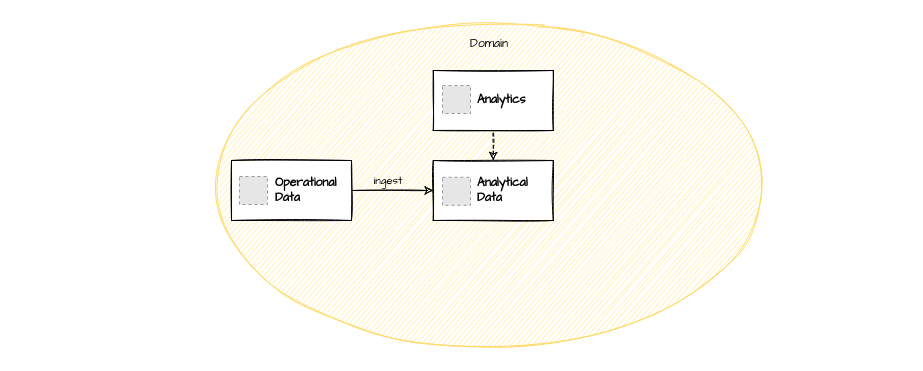
This is diagrams/domainteamjourney_level2.drawio from datamesh-architecture/datamesh-architecture.com, a draw.io file, before an edit. Source tidied: cells renumbered, new cells numbered last; positions are measured from the earlier drawing's top-left corner, leaving out a move shared by most shapes. Both pictures are drawn from the tidied source at 100%, with x=0, y=0 at pixel (17, 17). Pictures stored in the file or linked from it are replaced by grey dashed boxes.
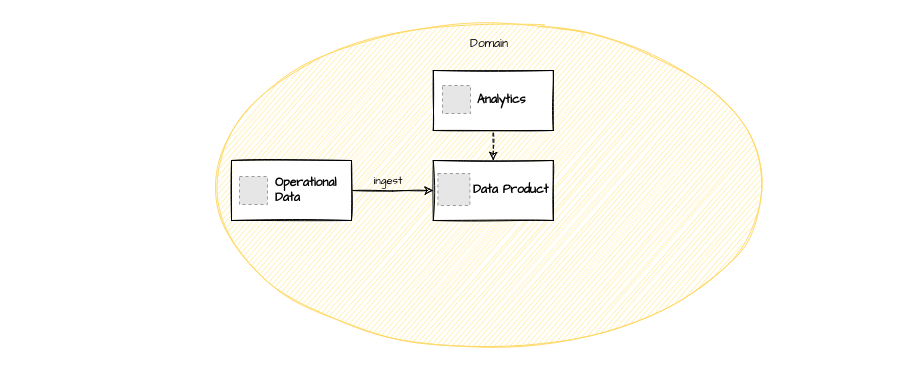
The same diagram, later.

What changed in the source:
```diff
@@
 <mxGraphModel>
   <root>
     <mxCell id="0" />
     <mxCell id="1" parent="0" />
     <mxCell id="2" style="rounded=0;whiteSpace=wrap;html=1;fillColor=none;strokeColor=none;sketch=1;fontFamily=Architects Daughter;" parent="1" vertex="1">
       <mxGeometry width="889" height="337" as="geometry" />
     </mxCell>
     <mxCell id="3" value="Domain" style="ellipse;whiteSpace=wrap;html=1;verticalAlign=top;sketch=1;fontFamily=Architects Daughter;strokeColor=#FFD966;fillColor=#FFEB99;" parent="1" vertex="1">
       <mxGeometry x="184" y="13" width="575.5" height="310" as="geometry" />
     </mxCell>
-    <mxCell id="4" style="rounded=0;jettySize=auto;html=1;exitX=0.5;exitY=0;exitDx=0;exitDy=0;startArrow=classic;startFill=1;endArrow=none;endFill=0;dashed=1;sketch=1;fontFamily=Architects Daughter;" parent="1" edge="1" source="11" target="8">
-      <mxGeometry relative="1" as="geometry" />
+    <mxCell id="4" style="rounded=0;jettySize=auto;html=1;exitX=0.5;exitY=0;exitDx=0;exitDy=0;startArrow=classic;startFill=1;endArrow=none;endFill=0;dashed=1;sketch=1;fontFamily=Architects Daughter;" parent="1" edge="1" target="8">
+      <mxGeometry relative="1" as="geometry">
+        <mxPoint x="475.8" y="143" as="sourcePoint" />
+      </mxGeometry>
     </mxCell>
-    <mxCell id="5" style="edgeStyle=orthogonalEdgeStyle;rounded=0;jettySize=auto;html=1;startArrow=classic;startFill=1;endArrow=none;endFill=0;sketch=1;fontFamily=Architects Daughter;" parent="1" edge="1" source="11" target="14">
-      <mxGeometry relative="1" as="geometry" />
+    <mxCell id="5" style="edgeStyle=orthogonalEdgeStyle;rounded=0;jettySize=auto;html=1;startArrow=classic;startFill=1;endArrow=none;endFill=0;sketch=1;fontFamily=Architects Daughter;" parent="1" edge="1" target="14">
+      <mxGeometry relative="1" as="geometry">
+        <mxPoint x="415.8" y="173" as="sourcePoint" />
+      </mxGeometry>
     </mxCell>
     <mxCell id="6" value="ingest" style="text;html=1;strokeColor=none;fillColor=none;align=center;verticalAlign=middle;whiteSpace=wrap;rounded=0;sketch=1;fontFamily=Architects Daughter;fontSize=11;" parent="1" vertex="1">
       <mxGeometry x="341" y="148" width="60" height="30" as="geometry" />
     </mxCell>
     <mxCell id="7" style="group;" parent="1" vertex="1">
       <mxGeometry x="415.8" y="53" width="120" height="60" as="geometry" />
     </mxCell>
     <mxCell id="8" value="Analytics" style="rounded=0;whiteSpace=wrap;html=1;fontStyle=1;sketch=1;fontFamily=Architects Daughter;align=left;spacingLeft=42;" parent="7" vertex="1">
       <mxGeometry width="120" height="60" as="geometry" />
     </mxCell>
     <mxCell id="9" style="fillColor=#E6E6E6;strokeColor=#999999;dashed=1;verticalLabelPosition=bottom;labelBackgroundColor=default;verticalAlign=top;" parent="7" vertex="1">
       <mxGeometry x="9.2" y="15" width="28" height="28" as="geometry" />
     </mxCell>
-    <mxCell id="10" style="group;" parent="1" vertex="1">
-      <mxGeometry x="415.8" y="143" width="120" height="60" as="geometry" />
-    </mxCell>
-    <mxCell id="11" value="Analytical &lt;br&gt;Data" style="rounded=0;whiteSpace=wrap;html=1;fontStyle=1;sketch=1;fontFamily=Architects Daughter;align=left;spacingLeft=42;" parent="10" vertex="1">
-      <mxGeometry width="120" height="60" as="geometry" />
-    </mxCell>
-    <mxCell id="12" style="fillColor=#E6E6E6;strokeColor=#999999;dashed=1;verticalLabelPosition=bottom;labelBackgroundColor=default;verticalAlign=top;" parent="10" vertex="1">
-      <mxGeometry x="9.2" y="16.8" width="28" height="28" as="geometry" />
-    </mxCell>
     <mxCell id="13" style="group;" parent="1" vertex="1">
       <mxGeometry x="214" y="143" width="120" height="60" as="geometry" />
     </mxCell>
     <mxCell id="14" value="Operational &lt;br&gt;Data" style="rounded=0;whiteSpace=wrap;html=1;fontStyle=1;sketch=1;fontFamily=Architects Daughter;align=left;spacingLeft=42;" parent="13" vertex="1">
       <mxGeometry width="120" height="60" as="geometry" />
     </mxCell>
     <mxCell id="15" style="fillColor=#E6E6E6;strokeColor=#999999;dashed=1;verticalLabelPosition=bottom;labelBackgroundColor=default;verticalAlign=top;" parent="13" vertex="1">
       <mxGeometry x="8" y="16" width="28" height="28" as="geometry" />
     </mxCell>
+    <mxCell id="16" value="Data Product" style="rounded=0;whiteSpace=wrap;html=1;fontStyle=1;sketch=1;fontFamily=Architects Daughter;align=left;spacingLeft=38;" parent="1" vertex="1">
+      <mxGeometry x="415.8" y="143" width="120" height="60" as="geometry" />
+    </mxCell>
+    <mxCell id="17" style="fillColor=#E6E6E6;strokeColor=#999999;dashed=1;verticalLabelPosition=bottom;labelBackgroundColor=#ffffff;verticalAlign=top;" parent="1" vertex="1">
+      <mxGeometry x="420.4" y="156" width="32" height="32" as="geometry" />
+    </mxCell>
   </root>
 </mxGraphModel>
```
